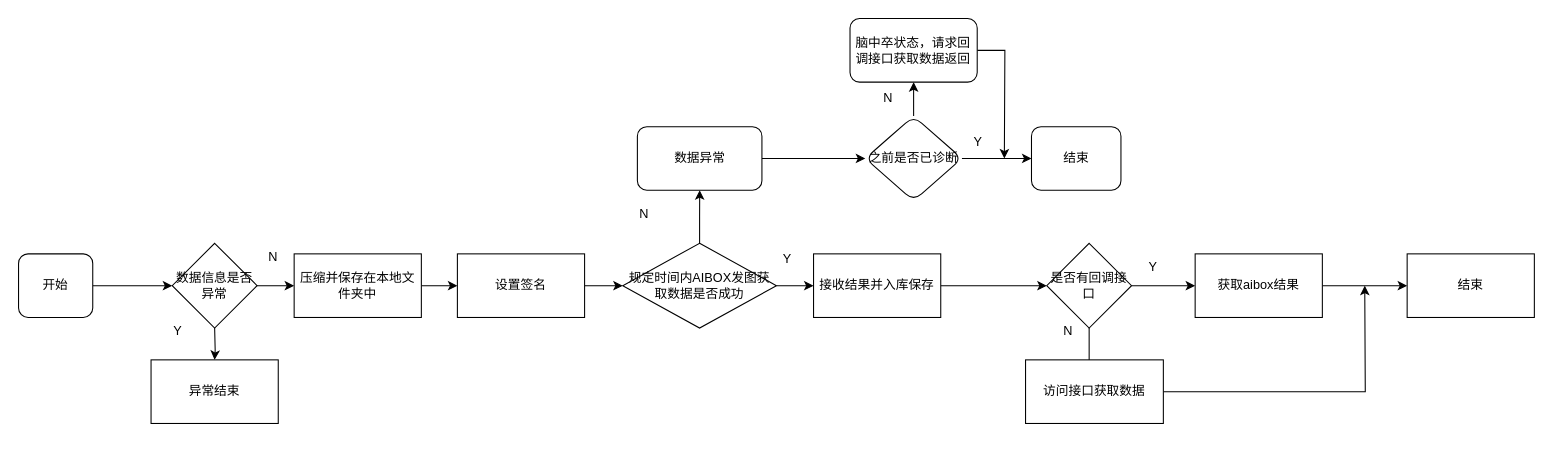
This is 异步获取远程诊断的结果并保存数据库相关逻辑.drawio from YangDaXia11/my_pic, a draw.io file, before an edit. Source tidied: cells renumbered, new cells numbered last; positions are measured from the earlier drawing's top-left corner, leaving out a move shared by most shapes. Both pictures are drawn from the tidied source at 106%, with x=0, y=0 at pixel (18, 18).
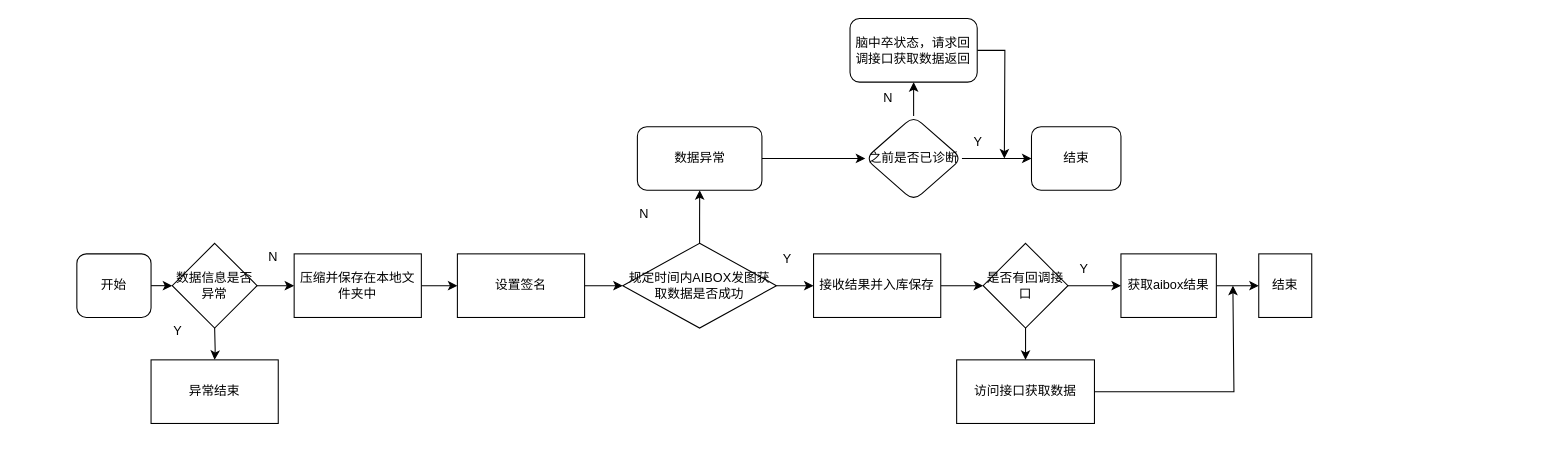
After the change.

Commit message (it also covers changes not shown here):
更新异步获取远程诊断的结果并保存数据库相关逻辑.drawio

Change to the diagram source:
```diff
@@
     <mxCell id="3" value="开始" style="rounded=1;whiteSpace=wrap;html=1;" parent="1" vertex="1">
-      <mxGeometry y="222" width="70" height="60" as="geometry" />
+      <mxGeometry x="55" y="222" width="70" height="60" as="geometry" />
     </mxCell>
@@
-    <mxCell id="18" style="edgeStyle=orthogonalEdgeStyle;rounded=0;jettySize=auto;html=1;" parent="1" edge="1" source="19">
-      <mxGeometry relative="1" as="geometry">
-        <mxPoint x="1010" y="382" as="targetPoint" />
-      </mxGeometry>
-    </mxCell>
     <mxCell id="19" value="是否有回调接口" style="rhombus;whiteSpace=wrap;html=1;" parent="1" vertex="1">
-      <mxGeometry x="970" y="212" width="80" height="80" as="geometry" />
+      <mxGeometry x="910" y="212" width="80" height="80" as="geometry" />
     </mxCell>
@@
     <mxCell id="21" value="获取aibox结果" style="whiteSpace=wrap;html=1;" parent="1" vertex="1">
-      <mxGeometry x="1110" y="222" width="120" height="60" as="geometry" />
+      <mxGeometry x="1040" y="222" width="90" height="60" as="geometry" />
     </mxCell>
     <mxCell id="22" value="结束" style="whiteSpace=wrap;html=1;" parent="1" vertex="1">
-      <mxGeometry x="1310" y="222" width="120" height="60" as="geometry" />
+      <mxGeometry x="1170" y="222" width="50" height="60" as="geometry" />
     </mxCell>
-    <mxCell id="23" style="edgeStyle=orthogonalEdgeStyle;rounded=0;jettySize=auto;html=1;" parent="1" edge="1" source="24">
+    <mxCell id="23" style="edgeStyle=orthogonalEdgeStyle;rounded=0;orthogonalLoop=1;jettySize=auto;html=1;" parent="1" edge="1">
       <mxGeometry relative="1" as="geometry">
-        <mxPoint x="1270" y="252" as="targetPoint" />
+        <mxPoint x="955.6" y="352" as="sourcePoint" />
+        <mxPoint x="1145.6" y="252" as="targetPoint" />
+        <Array as="points">
+          <mxPoint x="1146.6" y="352" />
+        </Array>
       </mxGeometry>
     </mxCell>
     <mxCell id="24" value="访问接口获取数据" style="whiteSpace=wrap;html=1;" parent="1" vertex="1">
-      <mxGeometry x="950" y="322" width="130" height="60" as="geometry" />
+      <mxGeometry x="885" y="322" width="130" height="60" as="geometry" />
     </mxCell>
@@
-    <mxCell id="39" value="N" style="text;html=1;align=center;verticalAlign=middle;strokeColor=none;fillColor=none;" parent="1" vertex="1">
-      <mxGeometry x="975" y="280" width="30" height="30" as="geometry" />
-    </mxCell>
     <mxCell id="40" value="Y" style="text;html=1;align=center;verticalAlign=middle;strokeColor=none;fillColor=none;" parent="1" vertex="1">
-      <mxGeometry x="1055" y="220" width="30" height="30" as="geometry" />
+      <mxGeometry x="990" y="222" width="30" height="30" as="geometry" />
     </mxCell>
+    <mxCell id="41" style="endArrow=classic;html=1;rounded=0;exitX=0.5;exitY=1;exitDx=0;exitDy=0;" parent="1" edge="1" source="19" target="24">
+      <mxGeometry relative="1" as="geometry" />
+    </mxCell>
```
